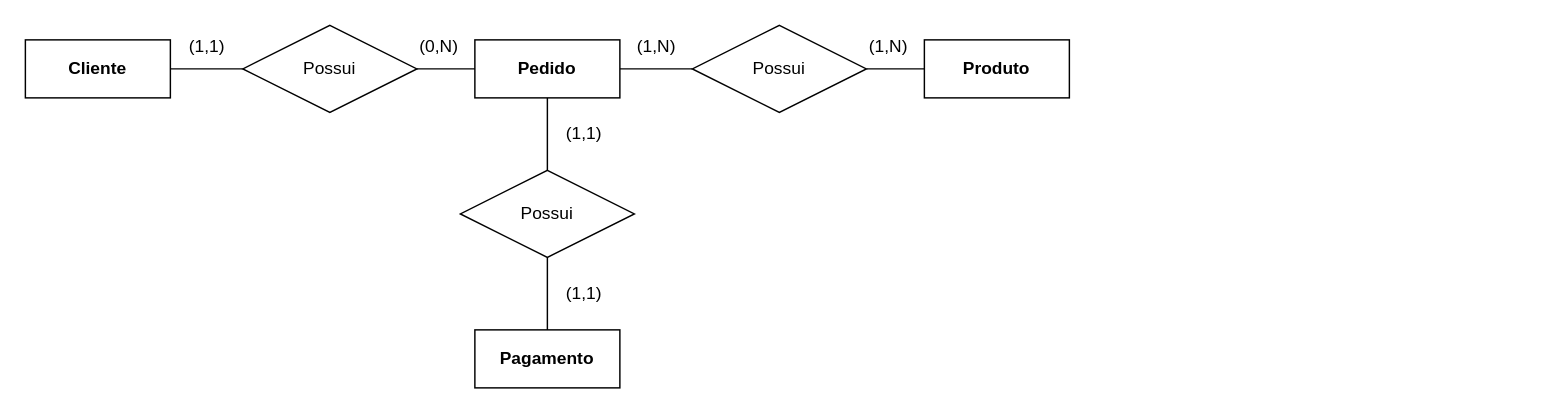
Before: page "Modelo conceitual" (1 of 3) of Testes/ProjetoE-Commerce.drawio in mcamilo2705/ProjetoE-Commerce, a draw.io diagram. Source tidied: cells renumbered, new cells numbered last; positions are measured from the earlier drawing's top-left corner, leaving out a move shared by most shapes. Both pictures are drawn from the tidied source at 145%, with x=0, y=0 at pixel (25, 25).
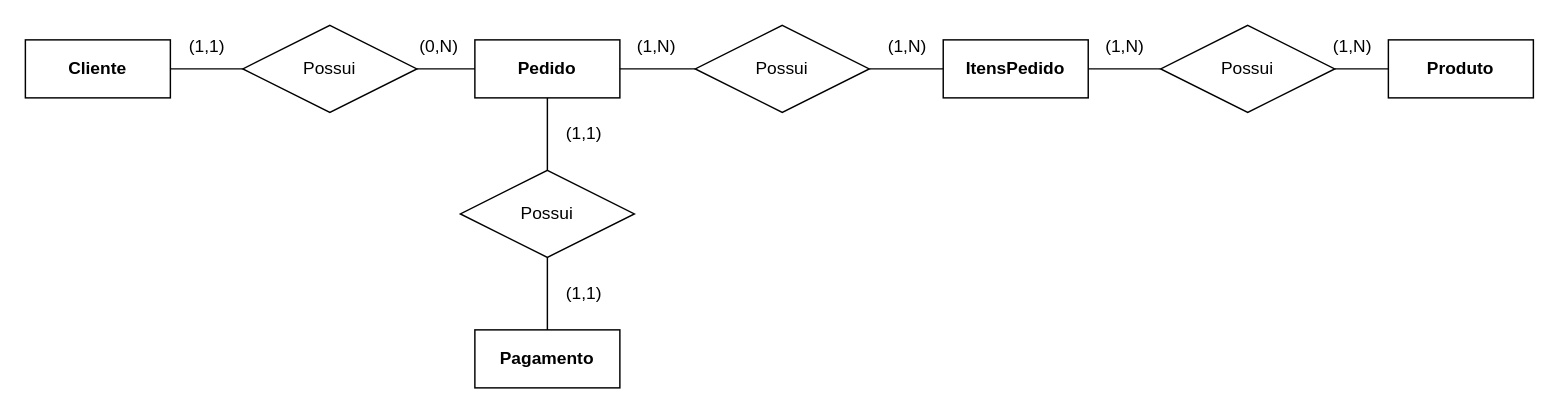
After the change.

Unchanged cells that the change refers to:
```xml
<mxCell id="7" value="&lt;span class=&quot;notion-enable-hover&quot; style=&quot;font-weight:600&quot;&gt;Pedido&lt;/span&gt;" style="whiteSpace=wrap;html=1;align=center;" parent="1" vertex="1">
  <mxGeometry x="310" y="10" width="100" height="40" as="geometry" />
</mxCell>
```

The edit, as a diff of the source:
```diff
@@
     <mxCell id="4" value="&lt;span class=&quot;notion-enable-hover&quot; style=&quot;font-weight:600&quot;&gt;Produto&lt;/span&gt;" style="whiteSpace=wrap;html=1;align=center;" parent="1" vertex="1">
-      <mxGeometry x="620" y="10" width="100" height="40" as="geometry" />
+      <mxGeometry x="940" y="10" width="100" height="40" as="geometry" />
     </mxCell>
-    <mxCell id="5" style="edgeStyle=orthogonalEdgeStyle;rounded=0;jettySize=auto;html=1;endArrow=none;startFill=0;" parent="1" edge="1" source="7" target="12">
-      <mxGeometry relative="1" as="geometry" />
-    </mxCell>
@@
-    <mxCell id="11" style="edgeStyle=orthogonalEdgeStyle;rounded=0;jettySize=auto;html=1;endArrow=none;startFill=0;" parent="1" edge="1" source="12" target="4">
-      <mxGeometry relative="1" as="geometry" />
-    </mxCell>
-    <mxCell id="12" value="Possui" style="shape=rhombus;perimeter=rhombusPerimeter;whiteSpace=wrap;html=1;align=center;" parent="1" vertex="1">
-      <mxGeometry x="460" width="120" height="60" as="geometry" />
-    </mxCell>
@@
     <mxCell id="17" value="(1,N)" style="text;html=1;align=center;verticalAlign=middle;strokeColor=none;fillColor=none;" parent="1" vertex="1">
-      <mxGeometry x="570" width="50" height="30" as="geometry" />
+      <mxGeometry x="890" width="50" height="30" as="geometry" />
     </mxCell>
@@
+    <mxCell id="21" value="&lt;span class=&quot;notion-enable-hover&quot; style=&quot;font-weight:600&quot;&gt;ItensPedido&lt;/span&gt;" style="whiteSpace=wrap;html=1;align=center;" parent="1" vertex="1">
+      <mxGeometry x="633" y="10" width="100" height="40" as="geometry" />
+    </mxCell>
+    <mxCell id="22" value="Possui" style="shape=rhombus;perimeter=rhombusPerimeter;whiteSpace=wrap;html=1;align=center;" parent="1" vertex="1">
+      <mxGeometry x="462" width="120" height="60" as="geometry" />
+    </mxCell>
+    <mxCell id="23" value="Possui" style="shape=rhombus;perimeter=rhombusPerimeter;whiteSpace=wrap;html=1;align=center;" parent="1" vertex="1">
+      <mxGeometry x="783" width="120" height="60" as="geometry" />
+    </mxCell>
+    <mxCell id="24" value="(1,N)" style="text;html=1;align=center;verticalAlign=middle;strokeColor=none;fillColor=none;" parent="1" vertex="1">
+      <mxGeometry x="733" width="50" height="30" as="geometry" />
+    </mxCell>
+    <mxCell id="25" value="(1,N)" style="text;html=1;align=center;verticalAlign=middle;strokeColor=none;fillColor=none;" parent="1" vertex="1">
+      <mxGeometry x="583" width="50" height="30" as="geometry" />
+    </mxCell>
+    <mxCell id="26" style="edgeStyle=orthogonalEdgeStyle;rounded=0;jettySize=auto;html=1;endArrow=none;startFill=0;entryX=1;entryY=0.5;entryDx=0;entryDy=0;" parent="1" edge="1" source="22" target="7">
+      <mxGeometry relative="1" as="geometry" />
+    </mxCell>
+    <mxCell id="27" style="edgeStyle=orthogonalEdgeStyle;rounded=0;jettySize=auto;html=1;endArrow=none;startFill=0;entryX=1;entryY=0.5;entryDx=0;entryDy=0;exitX=0;exitY=0.5;exitDx=0;exitDy=0;" parent="1" edge="1" source="21" target="22">
+      <mxGeometry relative="1" as="geometry" />
+    </mxCell>
+    <mxCell id="28" style="edgeStyle=orthogonalEdgeStyle;rounded=0;jettySize=auto;html=1;endArrow=none;startFill=0;exitX=0;exitY=0.5;exitDx=0;exitDy=0;" parent="1" edge="1" source="23" target="21">
+      <mxGeometry relative="1" as="geometry" />
+    </mxCell>
+    <mxCell id="29" style="edgeStyle=orthogonalEdgeStyle;rounded=0;jettySize=auto;html=1;endArrow=none;startFill=0;exitX=0;exitY=0.5;exitDx=0;exitDy=0;entryX=1;entryY=0.5;entryDx=0;entryDy=0;" parent="1" edge="1" source="4" target="23">
+      <mxGeometry relative="1" as="geometry" />
+    </mxCell>
```
